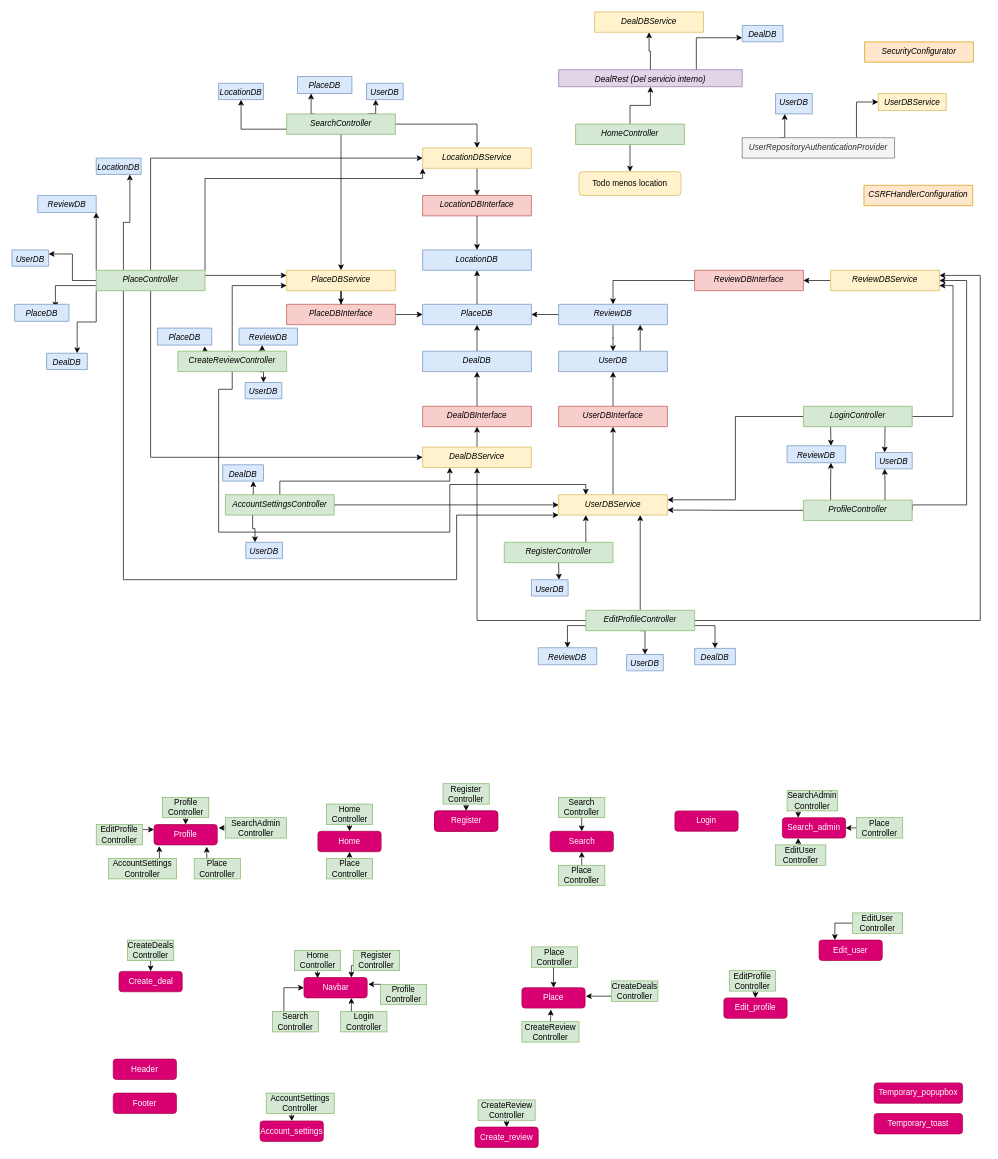
The draw.io diagram Documents/Clases.drawio in GonzaloLGI/Furry-Advisor, before the edit. Source tidied: cells renumbered, new cells numbered last; positions are measured from the earlier drawing's top-left corner, leaving out a move shared by most shapes. Both pictures are drawn from the tidied source at 68%, with x=0, y=0 at pixel (12, 12).
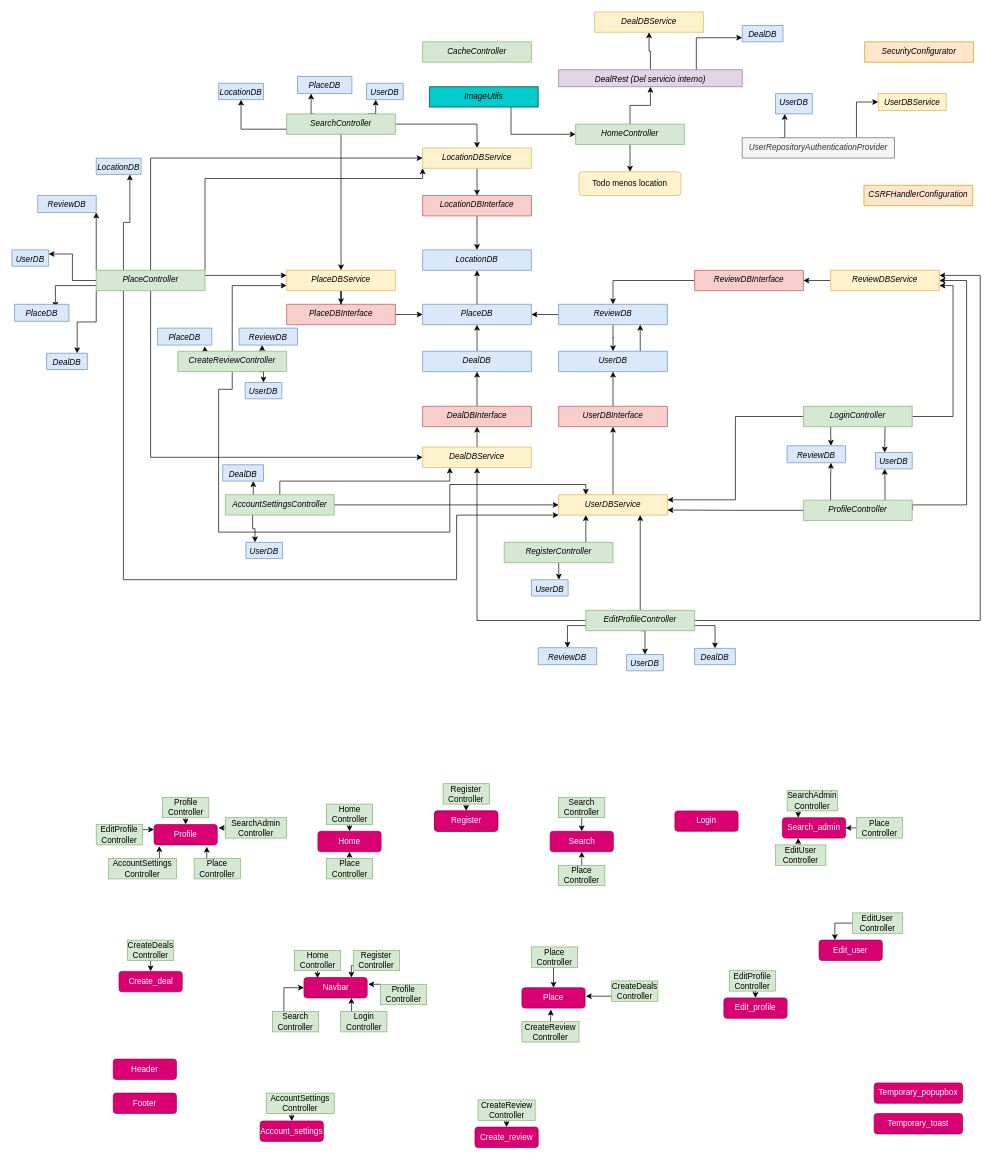
The same diagram, later.

Unchanged cells that the change refers to:
```xml
<mxCell id="22" value="HomeController" style="swimlane;fontStyle=2;align=center;verticalAlign=top;horizontal=1;startSize=30;rounded=0;shadow=0;strokeWidth=1;fillColor=#d5e8d4;strokeColor=#82b366;" parent="1" vertex="1">
  <mxGeometry x="829" y="165" width="160" height="30" as="geometry" />
</mxCell>
```

Diff of the diagram source:
```diff
@@
+    <mxCell id="188" value="CacheController" style="swimlane;fontStyle=2;align=center;verticalAlign=top;horizontal=1;startSize=30;rounded=0;shadow=0;strokeWidth=1;fillColor=#d5e8d4;strokeColor=#82b366;" parent="1" vertex="1">
+      <mxGeometry x="604" y="44" width="160" height="30" as="geometry" />
+    </mxCell>
+    <mxCell id="189" style="edgeStyle=orthogonalEdgeStyle;rounded=0;jettySize=auto;html=1;exitX=0.75;exitY=1;exitDx=0;exitDy=0;entryX=0;entryY=0.5;entryDx=0;entryDy=0;" parent="1" edge="1" source="190" target="22">
+      <mxGeometry relative="1" as="geometry" />
+    </mxCell>
+    <mxCell id="190" value="ImageUtils" style="swimlane;fontStyle=2;align=center;verticalAlign=top;horizontal=1;startSize=30;rounded=0;shadow=0;strokeWidth=1;fillColor=#00CCCC;strokeColor=#003333;" parent="1" vertex="1">
+      <mxGeometry x="614" y="110" width="160" height="30" as="geometry" />
+    </mxCell>
```
